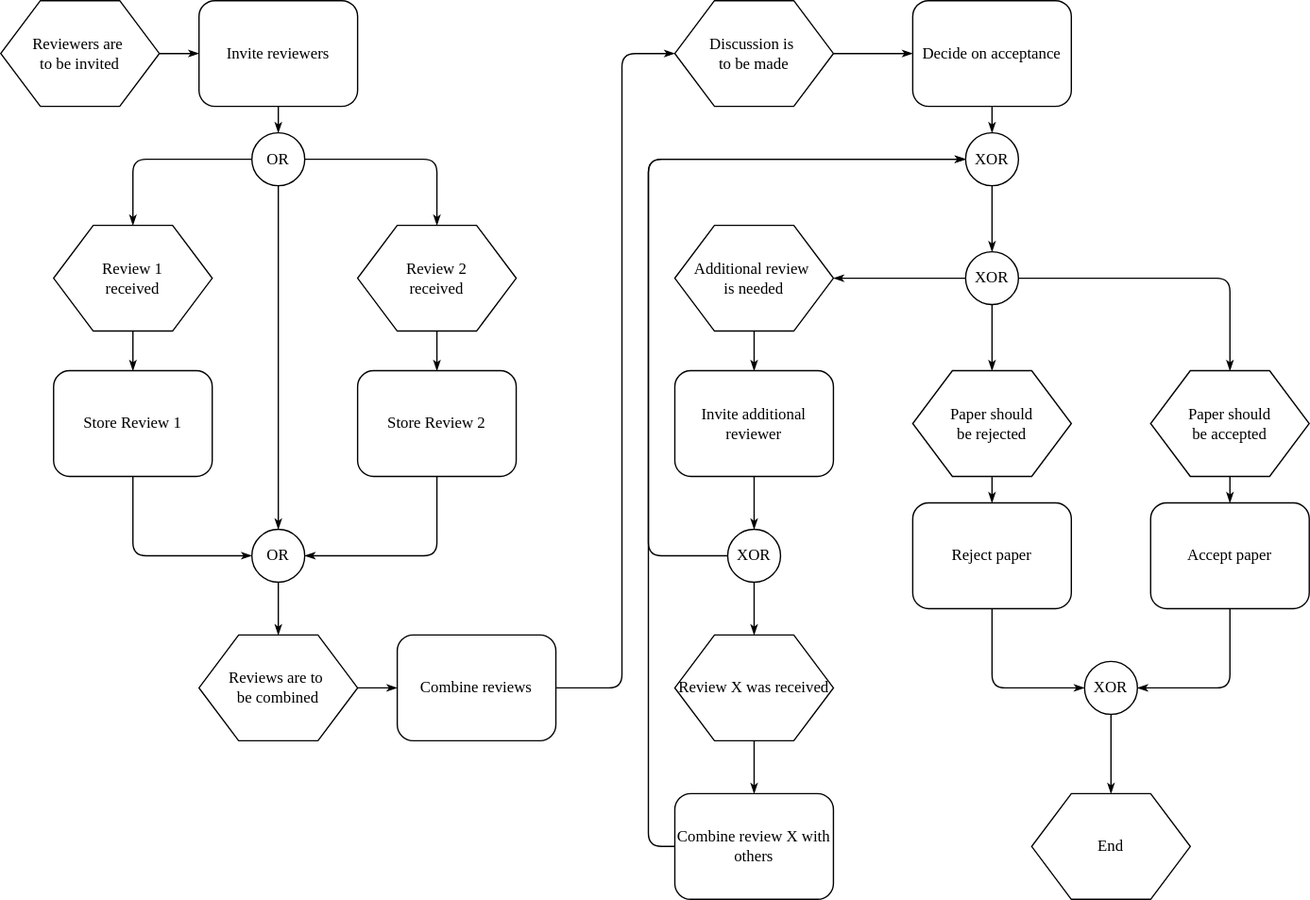
The draw.io diagram test.drawio.svg in merlindu/file, before a commit. Source tidied: cells renumbered, new cells last; positions are measured from the earlier drawing's top-left corner, leaving out a move shared by most shapes. Its diagram source:
```xml
<mxGraphModel>
  <root>
    <mxCell id="0" />
    <mxCell id="1" parent="0" />
    <mxCell id="2" style="edgeStyle=orthogonalEdgeStyle;rounded=1;html=1;labelBackgroundColor=none;startArrow=none;startFill=0;startSize=5;endArrow=classicThin;endFill=1;endSize=5;jettySize=auto;strokeWidth=1;fontFamily=Verdana;fontSize=8;" parent="1" edge="1" source="3" target="5">
      <mxGeometry relative="1" as="geometry" />
    </mxCell>
    <mxCell id="3" value="Reviewers are&amp;nbsp;&lt;div&gt;to&amp;nbsp;&lt;span&gt;be invited&lt;/span&gt;&lt;/div&gt;" style="shape=hexagon;perimeter=hexagonPerimeter;whiteSpace=wrap;html=1;rounded=0;shadow=0;labelBackgroundColor=none;strokeWidth=1;fontFamily=Verdana;fontSize=12;align=center;" parent="1" vertex="1">
      <mxGeometry width="120" height="80" as="geometry" />
    </mxCell>
    <mxCell id="4" style="edgeStyle=orthogonalEdgeStyle;rounded=1;html=1;labelBackgroundColor=none;startArrow=none;startFill=0;startSize=5;endArrow=classicThin;endFill=1;endSize=5;jettySize=auto;strokeWidth=1;fontFamily=Verdana;fontSize=8;" parent="1" edge="1" source="5" target="9">
      <mxGeometry relative="1" as="geometry" />
    </mxCell>
    <mxCell id="5" value="Invite reviewers" style="rounded=1;whiteSpace=wrap;html=1;shadow=0;labelBackgroundColor=none;strokeWidth=1;fontFamily=Verdana;fontSize=12;align=center;" parent="1" vertex="1">
      <mxGeometry x="150" width="120" height="80" as="geometry" />
    </mxCell>
    <mxCell id="6" style="edgeStyle=orthogonalEdgeStyle;rounded=1;html=1;labelBackgroundColor=none;startArrow=none;startFill=0;startSize=5;endArrow=classicThin;endFill=1;endSize=5;jettySize=auto;strokeWidth=1;fontFamily=Verdana;fontSize=8;" parent="1" edge="1" source="9" target="13">
      <mxGeometry relative="1" as="geometry" />
    </mxCell>
    <mxCell id="7" style="edgeStyle=orthogonalEdgeStyle;rounded=1;html=1;labelBackgroundColor=none;startArrow=none;startFill=0;startSize=5;endArrow=classicThin;endFill=1;endSize=5;jettySize=auto;strokeWidth=1;fontFamily=Verdana;fontSize=8;" parent="1" edge="1" source="9" target="11">
      <mxGeometry relative="1" as="geometry" />
    </mxCell>
    <mxCell id="8" style="edgeStyle=orthogonalEdgeStyle;rounded=1;html=1;labelBackgroundColor=none;startArrow=none;startFill=0;startSize=5;endArrow=classicThin;endFill=1;endSize=5;jettySize=auto;strokeWidth=1;fontFamily=Verdana;fontSize=12;" parent="1" edge="1" source="9" target="19">
      <mxGeometry relative="1" as="geometry" />
    </mxCell>
    <mxCell id="9" value="OR" style="ellipse;whiteSpace=wrap;html=1;rounded=1;shadow=0;labelBackgroundColor=none;strokeWidth=1;fontFamily=Verdana;fontSize=12;align=center;" parent="1" vertex="1">
      <mxGeometry x="190" y="100" width="40" height="40" as="geometry" />
    </mxCell>
    <mxCell id="10" style="edgeStyle=orthogonalEdgeStyle;rounded=1;html=1;labelBackgroundColor=none;startArrow=none;startFill=0;startSize=5;endArrow=classicThin;endFill=1;endSize=5;jettySize=auto;strokeWidth=1;fontFamily=Verdana;fontSize=8;" parent="1" edge="1" source="11" target="15">
      <mxGeometry relative="1" as="geometry" />
    </mxCell>
    <mxCell id="11" value="Review 1&lt;div&gt;received&lt;/div&gt;" style="shape=hexagon;perimeter=hexagonPerimeter;whiteSpace=wrap;html=1;rounded=0;shadow=0;labelBackgroundColor=none;strokeWidth=1;fontFamily=Verdana;fontSize=12;align=center;" parent="1" vertex="1">
      <mxGeometry x="40" y="170" width="120" height="80" as="geometry" />
    </mxCell>
    <mxCell id="12" style="edgeStyle=orthogonalEdgeStyle;rounded=1;html=1;labelBackgroundColor=none;startArrow=none;startFill=0;startSize=5;endArrow=classicThin;endFill=1;endSize=5;jettySize=auto;strokeWidth=1;fontFamily=Verdana;fontSize=8;" parent="1" edge="1" source="13" target="17">
      <mxGeometry relative="1" as="geometry" />
    </mxCell>
    <mxCell id="13" value="Review 2&lt;div&gt;received&lt;/div&gt;" style="shape=hexagon;perimeter=hexagonPerimeter;whiteSpace=wrap;html=1;rounded=0;shadow=0;labelBackgroundColor=none;strokeWidth=1;fontFamily=Verdana;fontSize=12;align=center;" parent="1" vertex="1">
      <mxGeometry x="270" y="170" width="120" height="80" as="geometry" />
    </mxCell>
    <mxCell id="14" style="edgeStyle=orthogonalEdgeStyle;rounded=1;html=1;labelBackgroundColor=none;startArrow=none;startFill=0;startSize=5;endArrow=classicThin;endFill=1;endSize=5;jettySize=auto;strokeWidth=1;fontFamily=Verdana;fontSize=8;" parent="1" edge="1" source="15" target="19">
      <mxGeometry relative="1" as="geometry">
        <Array as="points">
          <mxPoint x="100" y="420" />
        </Array>
      </mxGeometry>
    </mxCell>
    <mxCell id="15" value="Store Review 1" style="rounded=1;whiteSpace=wrap;html=1;shadow=0;labelBackgroundColor=none;strokeWidth=1;fontFamily=Verdana;fontSize=12;align=center;" parent="1" vertex="1">
      <mxGeometry x="40" y="280" width="120" height="80" as="geometry" />
    </mxCell>
    <mxCell id="16" style="edgeStyle=orthogonalEdgeStyle;rounded=1;html=1;labelBackgroundColor=none;startArrow=none;startFill=0;startSize=5;endArrow=classicThin;endFill=1;endSize=5;jettySize=auto;strokeWidth=1;fontFamily=Verdana;fontSize=8;" parent="1" edge="1" source="17" target="19">
      <mxGeometry relative="1" as="geometry">
        <Array as="points">
          <mxPoint x="330" y="420" />
        </Array>
      </mxGeometry>
    </mxCell>
    <mxCell id="17" value="Store Review 2" style="rounded=1;whiteSpace=wrap;html=1;shadow=0;labelBackgroundColor=none;strokeWidth=1;fontFamily=Verdana;fontSize=12;align=center;" parent="1" vertex="1">
      <mxGeometry x="270" y="280" width="120" height="80" as="geometry" />
    </mxCell>
    <mxCell id="18" style="edgeStyle=orthogonalEdgeStyle;rounded=1;html=1;labelBackgroundColor=none;startArrow=none;startFill=0;startSize=5;endArrow=classicThin;endFill=1;endSize=5;jettySize=auto;strokeWidth=1;fontFamily=Verdana;fontSize=8;" parent="1" edge="1" source="19" target="21">
      <mxGeometry relative="1" as="geometry" />
    </mxCell>
    <mxCell id="19" value="OR" style="ellipse;whiteSpace=wrap;html=1;rounded=1;shadow=0;labelBackgroundColor=none;strokeWidth=1;fontFamily=Verdana;fontSize=12;align=center;" parent="1" vertex="1">
      <mxGeometry x="190" y="400" width="40" height="40" as="geometry" />
    </mxCell>
    <mxCell id="20" style="edgeStyle=orthogonalEdgeStyle;rounded=1;html=1;labelBackgroundColor=none;startArrow=none;startFill=0;startSize=5;endArrow=classicThin;endFill=1;endSize=5;jettySize=auto;strokeWidth=1;fontFamily=Verdana;fontSize=8;" parent="1" edge="1" source="21" target="23">
      <mxGeometry relative="1" as="geometry" />
    </mxCell>
    <mxCell id="21" value="Reviews are to&amp;nbsp;&lt;div&gt;be combined&lt;/div&gt;" style="shape=hexagon;perimeter=hexagonPerimeter;whiteSpace=wrap;html=1;rounded=0;shadow=0;labelBackgroundColor=none;strokeWidth=1;fontFamily=Verdana;fontSize=12;align=center;" parent="1" vertex="1">
      <mxGeometry x="150" y="480" width="120" height="80" as="geometry" />
    </mxCell>
    <mxCell id="22" style="edgeStyle=orthogonalEdgeStyle;rounded=1;html=1;labelBackgroundColor=none;startArrow=none;startFill=0;startSize=5;endArrow=classicThin;endFill=1;endSize=5;jettySize=auto;strokeWidth=1;fontFamily=Verdana;fontSize=8;" parent="1" edge="1" source="23" target="25">
      <mxGeometry relative="1" as="geometry">
        <Array as="points">
          <mxPoint x="470" y="520" />
          <mxPoint x="470" y="40" />
        </Array>
      </mxGeometry>
    </mxCell>
    <mxCell id="23" value="Combine reviews" style="rounded=1;whiteSpace=wrap;html=1;shadow=0;labelBackgroundColor=none;strokeWidth=1;fontFamily=Verdana;fontSize=12;align=center;" parent="1" vertex="1">
      <mxGeometry x="300" y="480" width="120" height="80" as="geometry" />
    </mxCell>
    <mxCell id="24" style="edgeStyle=orthogonalEdgeStyle;rounded=1;html=1;labelBackgroundColor=none;startArrow=none;startFill=0;startSize=5;endArrow=classicThin;endFill=1;endSize=5;jettySize=auto;strokeWidth=1;fontFamily=Verdana;fontSize=8;" parent="1" edge="1" source="25" target="27">
      <mxGeometry relative="1" as="geometry" />
    </mxCell>
    <mxCell id="25" value="Discussion is&amp;nbsp;&lt;div&gt;to be made&lt;/div&gt;" style="shape=hexagon;perimeter=hexagonPerimeter;whiteSpace=wrap;html=1;rounded=0;shadow=0;labelBackgroundColor=none;strokeWidth=1;fontFamily=Verdana;fontSize=12;align=center;" parent="1" vertex="1">
      <mxGeometry x="510" width="120" height="80" as="geometry" />
    </mxCell>
    <mxCell id="26" style="edgeStyle=orthogonalEdgeStyle;rounded=1;html=1;labelBackgroundColor=none;startArrow=none;startFill=0;startSize=5;endArrow=classicThin;endFill=1;endSize=5;jettySize=auto;strokeWidth=1;fontFamily=Verdana;fontSize=8;" parent="1" edge="1" source="27" target="29">
      <mxGeometry relative="1" as="geometry" />
    </mxCell>
    <mxCell id="27" value="Decide on acceptance" style="rounded=1;whiteSpace=wrap;html=1;shadow=0;labelBackgroundColor=none;strokeWidth=1;fontFamily=Verdana;fontSize=12;align=center;" parent="1" vertex="1">
      <mxGeometry x="690" width="120" height="80" as="geometry" />
    </mxCell>
    <mxCell id="28" style="edgeStyle=orthogonalEdgeStyle;rounded=1;html=1;labelBackgroundColor=none;startArrow=none;startFill=0;startSize=5;endArrow=classicThin;endFill=1;endSize=5;jettySize=auto;strokeColor=#000000;strokeWidth=1;fontFamily=Verdana;fontSize=8;fontColor=#000000;" parent="1" edge="1" source="29" target="35">
      <mxGeometry relative="1" as="geometry" />
    </mxCell>
    <mxCell id="29" value="XOR" style="ellipse;whiteSpace=wrap;html=1;rounded=1;shadow=0;labelBackgroundColor=none;strokeWidth=1;fontFamily=Verdana;fontSize=12;align=center;" parent="1" vertex="1">
      <mxGeometry x="730" y="100" width="40" height="40" as="geometry" />
    </mxCell>
    <mxCell id="30" style="edgeStyle=orthogonalEdgeStyle;rounded=1;html=1;labelBackgroundColor=none;startArrow=none;startFill=0;startSize=5;endArrow=classicThin;endFill=1;endSize=5;jettySize=auto;strokeWidth=1;fontFamily=Verdana;fontSize=8;" parent="1" edge="1" source="31" target="37">
      <mxGeometry relative="1" as="geometry" />
    </mxCell>
    <mxCell id="31" value="Additional review&amp;nbsp;&lt;div&gt;is needed&lt;/div&gt;" style="shape=hexagon;perimeter=hexagonPerimeter;whiteSpace=wrap;html=1;rounded=0;shadow=0;labelBackgroundColor=none;strokeWidth=1;fontFamily=Verdana;fontSize=12;align=center;" parent="1" vertex="1">
      <mxGeometry x="510" y="170" width="120" height="80" as="geometry" />
    </mxCell>
    <mxCell id="32" style="edgeStyle=orthogonalEdgeStyle;rounded=1;html=1;labelBackgroundColor=none;startArrow=none;startFill=0;startSize=5;endArrow=classicThin;endFill=1;endSize=5;jettySize=auto;strokeColor=#000000;strokeWidth=1;fontFamily=Verdana;fontSize=8;fontColor=#000000;" parent="1" edge="1" source="35" target="39">
      <mxGeometry relative="1" as="geometry" />
    </mxCell>
    <mxCell id="33" style="edgeStyle=orthogonalEdgeStyle;rounded=1;html=1;labelBackgroundColor=none;startArrow=none;startFill=0;startSize=5;endArrow=classicThin;endFill=1;endSize=5;jettySize=auto;strokeColor=#000000;strokeWidth=1;fontFamily=Verdana;fontSize=8;fontColor=#000000;" parent="1" edge="1" source="35" target="41">
      <mxGeometry relative="1" as="geometry" />
    </mxCell>
    <mxCell id="34" style="edgeStyle=orthogonalEdgeStyle;rounded=1;html=1;labelBackgroundColor=none;startArrow=none;startFill=0;startSize=5;endArrow=classicThin;endFill=1;endSize=5;jettySize=auto;strokeColor=#000000;strokeWidth=1;fontFamily=Verdana;fontSize=8;fontColor=#000000;" parent="1" edge="1" source="35" target="31">
      <mxGeometry relative="1" as="geometry" />
    </mxCell>
    <mxCell id="35" value="XOR" style="ellipse;whiteSpace=wrap;html=1;rounded=1;shadow=0;labelBackgroundColor=none;strokeWidth=1;fontFamily=Verdana;fontSize=12;align=center;" parent="1" vertex="1">
      <mxGeometry x="730" y="190" width="40" height="40" as="geometry" />
    </mxCell>
    <mxCell id="36" style="edgeStyle=orthogonalEdgeStyle;rounded=1;html=1;labelBackgroundColor=none;startArrow=none;startFill=0;startSize=5;endArrow=classicThin;endFill=1;endSize=5;jettySize=auto;strokeWidth=1;fontFamily=Verdana;fontSize=8;" parent="1" edge="1" source="37" target="44">
      <mxGeometry relative="1" as="geometry" />
    </mxCell>
    <mxCell id="37" value="Invite additional reviewer" style="rounded=1;whiteSpace=wrap;html=1;shadow=0;labelBackgroundColor=none;strokeWidth=1;fontFamily=Verdana;fontSize=12;align=center;" parent="1" vertex="1">
      <mxGeometry x="510" y="280" width="120" height="80" as="geometry" />
    </mxCell>
    <mxCell id="38" style="edgeStyle=orthogonalEdgeStyle;rounded=1;html=1;labelBackgroundColor=none;startArrow=none;startFill=0;startSize=5;endArrow=classicThin;endFill=1;endSize=5;jettySize=auto;strokeWidth=1;fontFamily=Verdana;fontSize=8;" parent="1" edge="1" source="39" target="46">
      <mxGeometry relative="1" as="geometry" />
    </mxCell>
    <mxCell id="39" value="Paper should&lt;div&gt;be rejected&lt;/div&gt;" style="shape=hexagon;perimeter=hexagonPerimeter;whiteSpace=wrap;html=1;rounded=0;shadow=0;labelBackgroundColor=none;strokeWidth=1;fontFamily=Verdana;fontSize=12;align=center;" parent="1" vertex="1">
      <mxGeometry x="690" y="280" width="120" height="80" as="geometry" />
    </mxCell>
    <mxCell id="40" style="edgeStyle=orthogonalEdgeStyle;rounded=1;html=1;labelBackgroundColor=none;startArrow=none;startFill=0;startSize=5;endArrow=classicThin;endFill=1;endSize=5;jettySize=auto;strokeWidth=1;fontFamily=Verdana;fontSize=8;" parent="1" edge="1" source="41" target="48">
      <mxGeometry relative="1" as="geometry" />
    </mxCell>
    <mxCell id="41" value="Paper should&lt;div&gt;be accepted&lt;/div&gt;" style="shape=hexagon;perimeter=hexagonPerimeter;whiteSpace=wrap;html=1;rounded=0;shadow=0;labelBackgroundColor=none;strokeWidth=1;fontFamily=Verdana;fontSize=12;align=center;" parent="1" vertex="1">
      <mxGeometry x="870" y="280" width="120" height="80" as="geometry" />
    </mxCell>
    <mxCell id="42" style="edgeStyle=orthogonalEdgeStyle;rounded=1;html=1;labelBackgroundColor=none;startArrow=none;startFill=0;startSize=5;endArrow=classicThin;endFill=1;endSize=5;jettySize=auto;strokeWidth=1;fontFamily=Verdana;fontSize=8;" parent="1" edge="1" source="44" target="50">
      <mxGeometry relative="1" as="geometry" />
    </mxCell>
    <mxCell id="43" style="edgeStyle=orthogonalEdgeStyle;rounded=1;html=1;labelBackgroundColor=none;startArrow=none;startFill=0;startSize=5;endArrow=classicThin;endFill=1;endSize=5;jettySize=auto;strokeWidth=1;fontFamily=Verdana;fontSize=8;" parent="1" edge="1" source="44" target="29">
      <mxGeometry relative="1" as="geometry">
        <Array as="points">
          <mxPoint x="490" y="420" />
          <mxPoint x="490" y="120" />
        </Array>
      </mxGeometry>
    </mxCell>
    <mxCell id="44" value="XOR" style="ellipse;whiteSpace=wrap;html=1;rounded=1;shadow=0;labelBackgroundColor=none;strokeWidth=1;fontFamily=Verdana;fontSize=12;align=center;" parent="1" vertex="1">
      <mxGeometry x="550" y="400" width="40" height="40" as="geometry" />
    </mxCell>
    <mxCell id="45" style="edgeStyle=orthogonalEdgeStyle;rounded=1;html=1;labelBackgroundColor=none;startArrow=none;startFill=0;startSize=5;endArrow=classicThin;endFill=1;endSize=5;jettySize=auto;strokeWidth=1;fontFamily=Verdana;fontSize=8;" parent="1" edge="1" source="46" target="52">
      <mxGeometry relative="1" as="geometry">
        <Array as="points">
          <mxPoint x="750" y="520" />
        </Array>
      </mxGeometry>
    </mxCell>
    <mxCell id="46" value="Reject paper" style="rounded=1;whiteSpace=wrap;html=1;shadow=0;labelBackgroundColor=none;strokeWidth=1;fontFamily=Verdana;fontSize=12;align=center;" parent="1" vertex="1">
      <mxGeometry x="690" y="380" width="120" height="80" as="geometry" />
    </mxCell>
    <mxCell id="47" style="edgeStyle=orthogonalEdgeStyle;rounded=1;html=1;labelBackgroundColor=none;startArrow=none;startFill=0;startSize=5;endArrow=classicThin;endFill=1;endSize=5;jettySize=auto;strokeWidth=1;fontFamily=Verdana;fontSize=8;" parent="1" edge="1" source="48" target="52">
      <mxGeometry relative="1" as="geometry">
        <Array as="points">
          <mxPoint x="930" y="520" />
        </Array>
      </mxGeometry>
    </mxCell>
    <mxCell id="48" value="Accept paper" style="rounded=1;whiteSpace=wrap;html=1;shadow=0;labelBackgroundColor=none;strokeWidth=1;fontFamily=Verdana;fontSize=12;align=center;" parent="1" vertex="1">
      <mxGeometry x="870" y="380" width="120" height="80" as="geometry" />
    </mxCell>
    <mxCell id="49" style="edgeStyle=orthogonalEdgeStyle;rounded=1;html=1;labelBackgroundColor=none;startArrow=none;startFill=0;startSize=5;endArrow=classicThin;endFill=1;endSize=5;jettySize=auto;strokeWidth=1;fontFamily=Verdana;fontSize=8;" parent="1" edge="1" source="50" target="55">
      <mxGeometry relative="1" as="geometry" />
    </mxCell>
    <mxCell id="50" value="Review X was received" style="shape=hexagon;perimeter=hexagonPerimeter;whiteSpace=wrap;html=1;rounded=0;shadow=0;labelBackgroundColor=none;strokeWidth=1;fontFamily=Verdana;fontSize=12;align=center;" parent="1" vertex="1">
      <mxGeometry x="510" y="480" width="120" height="80" as="geometry" />
    </mxCell>
    <mxCell id="51" style="edgeStyle=orthogonalEdgeStyle;rounded=1;html=1;labelBackgroundColor=none;startArrow=none;startFill=0;startSize=5;endArrow=classicThin;endFill=1;endSize=5;jettySize=auto;strokeWidth=1;fontFamily=Verdana;fontSize=8;" parent="1" edge="1" source="52" target="53">
      <mxGeometry relative="1" as="geometry" />
    </mxCell>
    <mxCell id="52" value="XOR" style="ellipse;whiteSpace=wrap;html=1;rounded=1;shadow=0;labelBackgroundColor=none;strokeWidth=1;fontFamily=Verdana;fontSize=12;align=center;" parent="1" vertex="1">
      <mxGeometry x="820" y="500" width="40" height="40" as="geometry" />
    </mxCell>
    <mxCell id="53" value="End" style="shape=hexagon;perimeter=hexagonPerimeter;whiteSpace=wrap;html=1;rounded=0;shadow=0;labelBackgroundColor=none;strokeWidth=1;fontFamily=Verdana;fontSize=12;align=center;" parent="1" vertex="1">
      <mxGeometry x="780" y="600" width="120" height="80" as="geometry" />
    </mxCell>
    <mxCell id="54" style="edgeStyle=orthogonalEdgeStyle;rounded=1;html=1;labelBackgroundColor=none;startArrow=none;startFill=0;startSize=5;endArrow=classicThin;endFill=1;endSize=5;jettySize=auto;sstrokeWidth=1;fontFamily=Verdana;fontSize=8;" parent="1" edge="1" source="55" target="29">
      <mxGeometry relative="1" as="geometry">
        <Array as="points">
          <mxPoint x="490" y="640" />
          <mxPoint x="490" y="120" />
        </Array>
      </mxGeometry>
    </mxCell>
    <mxCell id="55" value="Combine review X with others" style="rounded=1;whiteSpace=wrap;html=1;shadow=0;labelBackgroundColor=none;strokeWidth=1;fontFamily=Verdana;fontSize=12;align=center;" parent="1" vertex="1">
      <mxGeometry x="510" y="600" width="120" height="80" as="geometry" />
    </mxCell>
  </root>
</mxGraphModel>
```
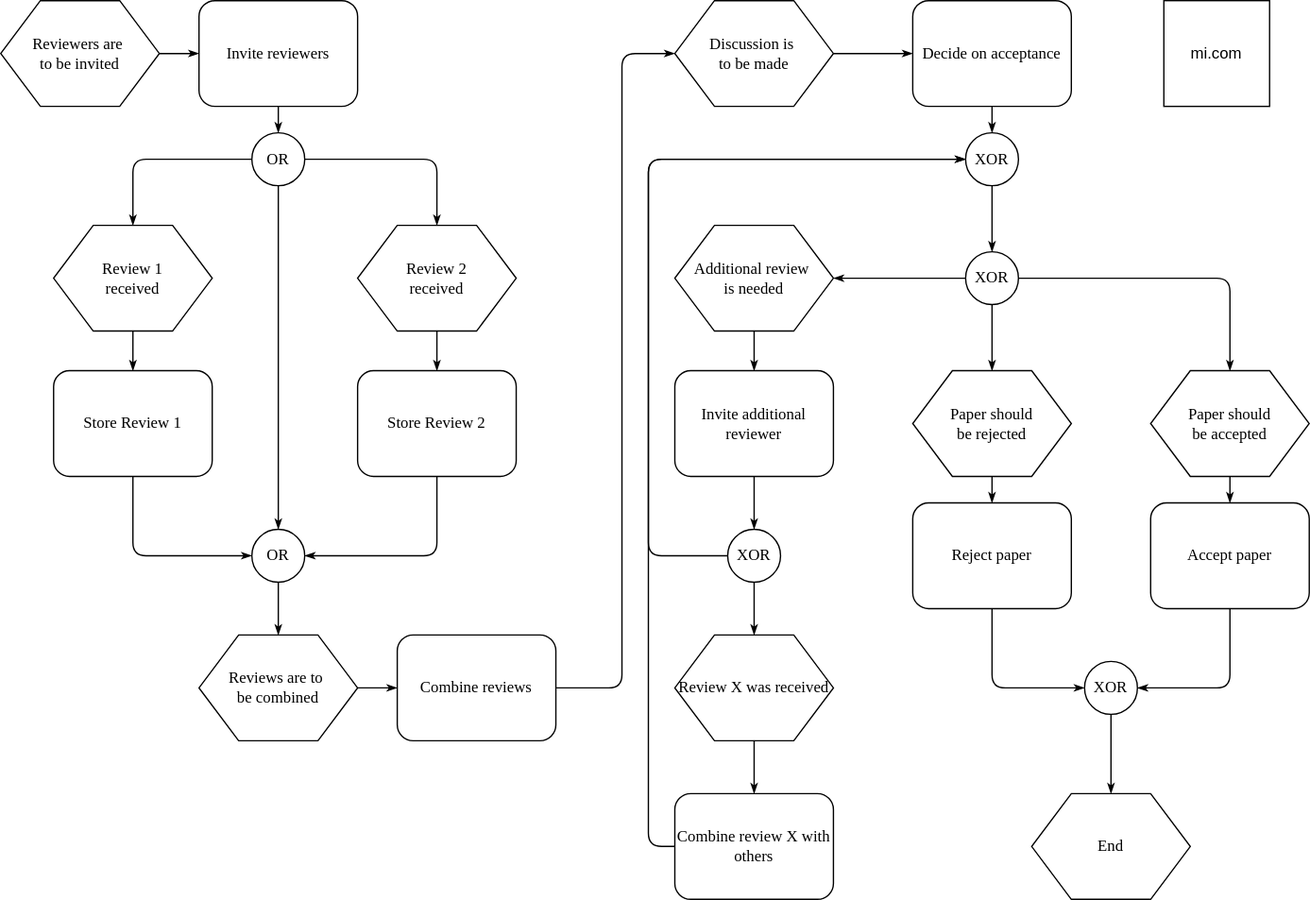
The same file after the commit.

Change to the diagram source:
```diff
@@ -195,5 +195,8 @@
     <mxCell id="55" value="Combine review X with others" style="rounded=1;whiteSpace=wrap;html=1;shadow=0;labelBackgroundColor=none;strokeWidth=1;fontFamily=Verdana;fontSize=12;align=center;" parent="1" vertex="1">
       <mxGeometry x="510" y="600" width="120" height="80" as="geometry" />
     </mxCell>
+    <mxCell id="56" value="mi.com" style="whiteSpace=wrap;html=1;" parent="1" vertex="1">
+      <mxGeometry x="880" width="80" height="80" as="geometry" />
+    </mxCell>
   </root>
 </mxGraphModel>
```
